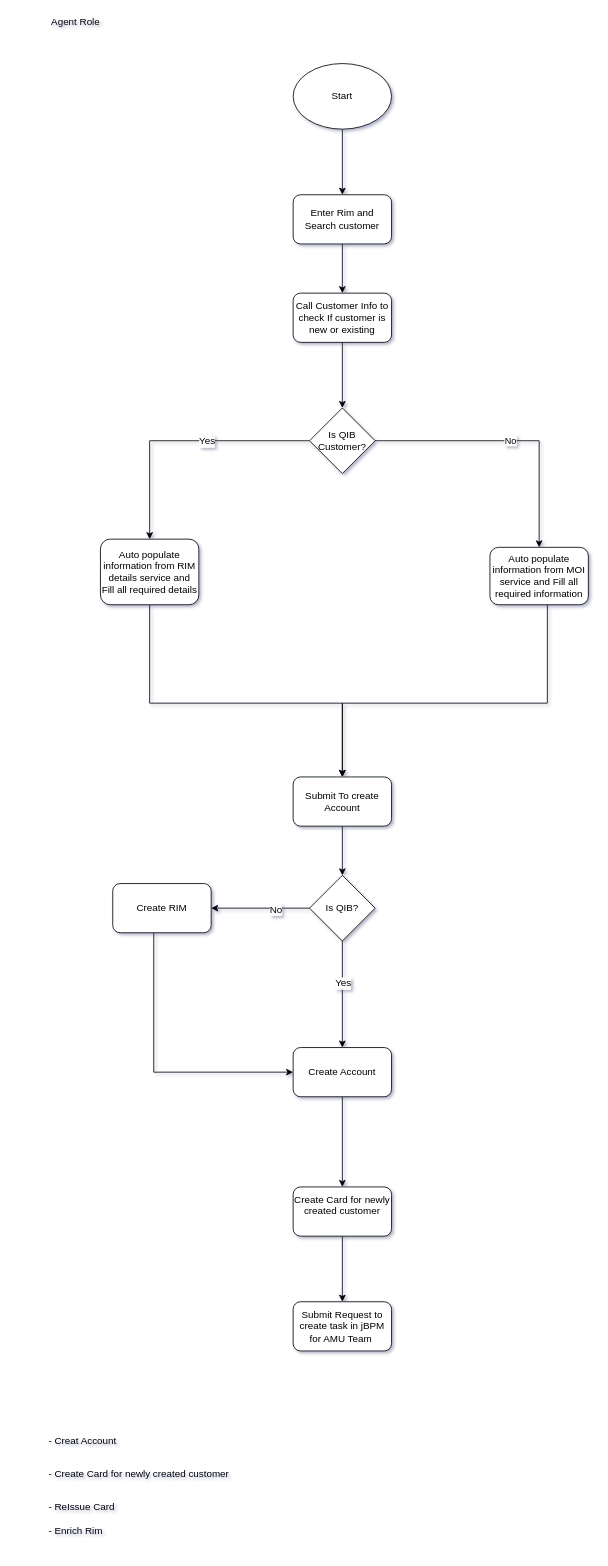
The draw.io diagram Untitled Diagram.drawio in abhaymeshram/Jbpm, before the edit. Source tidied: cells renumbered, new cells numbered last; positions are measured from the earlier drawing's top-left corner, leaving out a move shared by most shapes. Both pictures are drawn from the tidied source at 82%, with x=0, y=0 at pixel (14, 14).
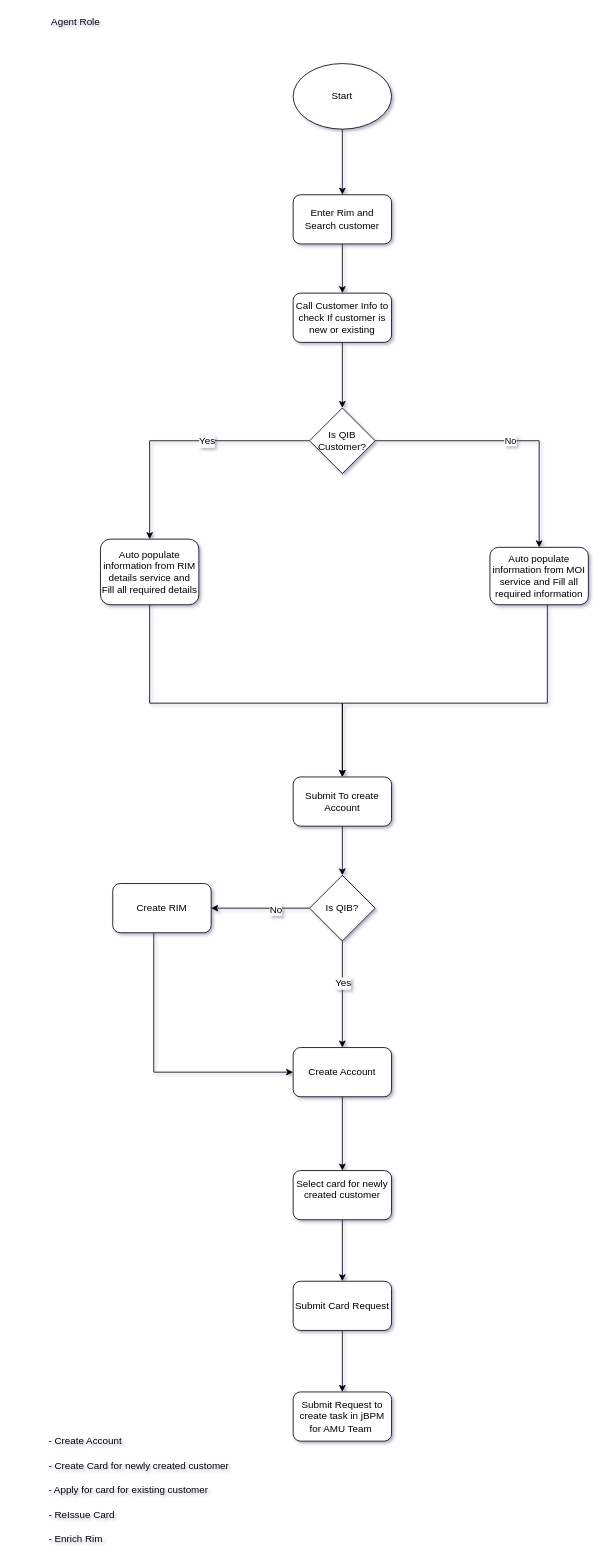
The same diagram, later.

The edit, as a diff of the source:
```diff
@@
-    <mxCell id="28" style="edgeStyle=orthogonalEdgeStyle;rounded=0;jettySize=auto;html=1;" parent="1" edge="1" source="29" target="30">
-      <mxGeometry relative="1" as="geometry" />
-    </mxCell>
+    <mxCell id="35" style="edgeStyle=orthogonalEdgeStyle;rounded=0;jettySize=auto;html=1;" parent="1" edge="1" source="29" target="37">
+      <mxGeometry relative="1" as="geometry" />
+    </mxCell>
-    <mxCell id="29" value="Create Card for newly created customer&lt;br&gt;&amp;nbsp;" style="rounded=1;whiteSpace=wrap;html=1;" parent="1" vertex="1">
-      <mxGeometry x="340" y="1430" width="120" height="60" as="geometry" />
+    <mxCell id="29" value="Select card for newly created customer&lt;br&gt;&amp;nbsp;" style="rounded=1;whiteSpace=wrap;html=1;" parent="1" vertex="1">
+      <mxGeometry x="340" y="1410" width="120" height="60" as="geometry" />
     </mxCell>
+    <mxCell id="36" style="edgeStyle=orthogonalEdgeStyle;rounded=0;jettySize=auto;html=1;" parent="1" edge="1" source="37" target="30">
+      <mxGeometry relative="1" as="geometry" />
+    </mxCell>
+    <mxCell id="37" value="Submit Card Request" style="rounded=1;whiteSpace=wrap;html=1;" parent="1" vertex="1">
+      <mxGeometry x="340" y="1545" width="120" height="60" as="geometry" />
+    </mxCell>
     <mxCell id="30" value="Submit Request to create task in jBPM for AMU Team&amp;nbsp;" style="rounded=1;whiteSpace=wrap;html=1;" parent="1" vertex="1">
-      <mxGeometry x="340" y="1570" width="120" height="60" as="geometry" />
+      <mxGeometry x="340" y="1680" width="120" height="60" as="geometry" />
     </mxCell>
-    <mxCell id="31" value="- Creat Account" style="text;html=1;strokeColor=none;fillColor=none;align=left;verticalAlign=middle;whiteSpace=wrap;rounded=0;" parent="1" vertex="1">
+    <mxCell id="31" value="- Create Account" style="text;html=1;strokeColor=none;fillColor=none;align=left;verticalAlign=middle;whiteSpace=wrap;rounded=0;" parent="1" vertex="1">
       <mxGeometry x="40" y="1730" width="210" height="20" as="geometry" />
     </mxCell>
     <mxCell id="32" value="- Create Card for newly created customer" style="text;html=1;strokeColor=none;fillColor=none;align=left;verticalAlign=middle;whiteSpace=wrap;rounded=0;" parent="1" vertex="1">
-      <mxGeometry x="40" y="1770" width="240" height="20" as="geometry" />
+      <mxGeometry x="40" y="1760" width="240" height="20" as="geometry" />
     </mxCell>
     <mxCell id="33" value="- ReIssue Card" style="text;html=1;strokeColor=none;fillColor=none;align=left;verticalAlign=middle;whiteSpace=wrap;rounded=0;" parent="1" vertex="1">
-      <mxGeometry x="40" y="1810" width="240" height="20" as="geometry" />
+      <mxGeometry x="40" y="1820" width="240" height="20" as="geometry" />
     </mxCell>
     <mxCell id="34" value="- Enrich Rim" style="text;html=1;strokeColor=none;fillColor=none;align=left;verticalAlign=middle;whiteSpace=wrap;rounded=0;" parent="1" vertex="1">
-      <mxGeometry x="40" y="1840" width="240" height="20" as="geometry" />
+      <mxGeometry x="40" y="1850" width="240" height="20" as="geometry" />
     </mxCell>
+    <mxCell id="38" value="- Apply for card for existing customer" style="text;html=1;strokeColor=none;fillColor=none;align=left;verticalAlign=middle;whiteSpace=wrap;rounded=0;" parent="1" vertex="1">
+      <mxGeometry x="40" y="1790" width="240" height="20" as="geometry" />
+    </mxCell>
```
